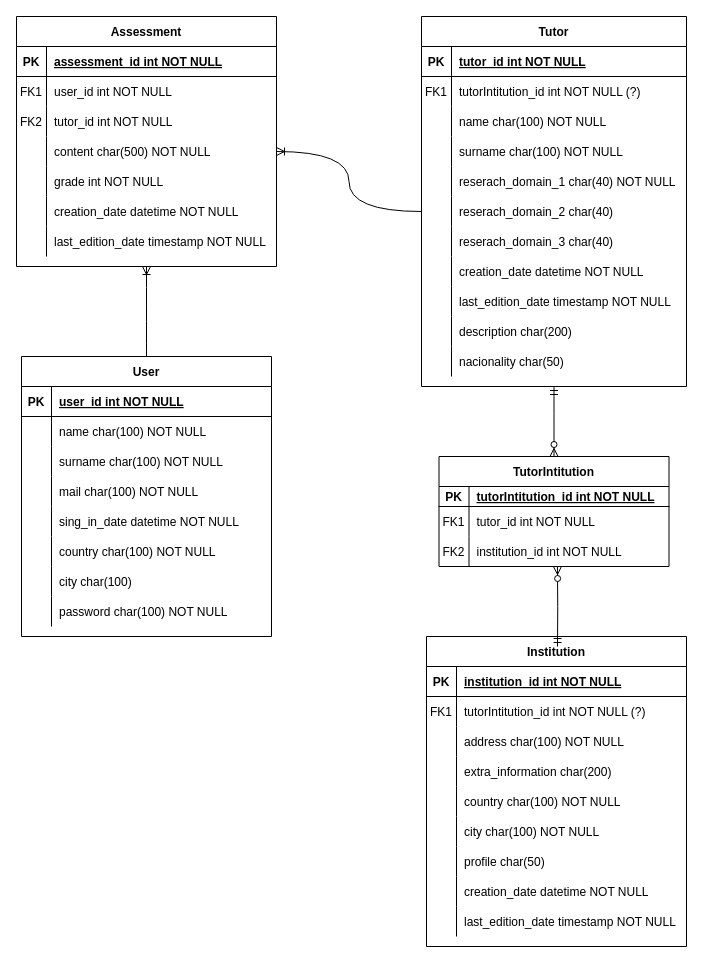
This is Untitled Diagram.drawio from KrzysiekJa/Teacher-competence-positioning-system, a draw.io file, before an edit. Source tidied: cells renumbered, new cells numbered last; positions are measured from the earlier drawing's top-left corner, leaving out a move shared by most shapes. Both pictures are drawn from the tidied source at 100%, with x=0, y=0 at pixel (16, 16).
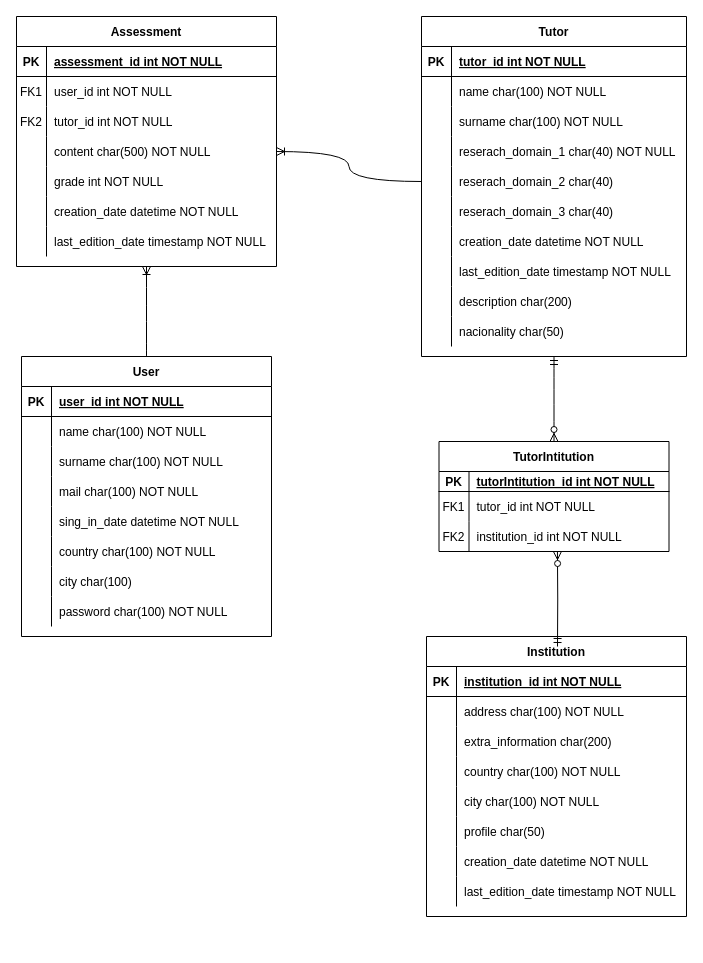
Above is the later version.

Commit message:
Deleted redundant keys in Untitled Diagram.drawio

Change to the diagram source:
```diff
@@
     <mxCell id="2" value="Tutor" style="shape=table;startSize=30;childLayout=tableLayout;rowLines=0;fontStyle=1;align=center;" parent="1" vertex="1">
-      <mxGeometry x="405" width="265" height="370" as="geometry" />
+      <mxGeometry x="405" width="265" height="340" as="geometry" />
     </mxCell>
@@
-    <mxCell id="6" style="shape=partialRectangle;fillColor=none;top=0;left=0;right=0;bottom=0;" parent="2" vertex="1">
-      <mxGeometry y="60" width="265" height="30" as="geometry" />
-    </mxCell>
-    <mxCell id="7" value="FK1" style="shape=partialRectangle;overflow=hidden;fillColor=none;top=0;left=0;bottom=0;right=0;" parent="6" vertex="1">
-      <mxGeometry width="30" height="30" as="geometry" />
-    </mxCell>
-    <mxCell id="8" value="tutorIntitution_id int NOT NULL (?)" style="shape=partialRectangle;overflow=hidden;fillColor=none;top=0;left=0;bottom=0;right=0;align=left;spacingLeft=6;" parent="6" vertex="1">
-      <mxGeometry x="30" width="235" height="30" as="geometry" />
-    </mxCell>
     <mxCell id="9" style="shape=partialRectangle;fillColor=none;top=0;left=0;right=0;bottom=0;" parent="2" vertex="1">
-      <mxGeometry y="90" width="265" height="30" as="geometry" />
+      <mxGeometry y="60" width="265" height="30" as="geometry" />
     </mxCell>
@@
     <mxCell id="12" style="shape=partialRectangle;fillColor=none;top=0;left=0;right=0;bottom=0;" parent="2" vertex="1">
-      <mxGeometry y="120" width="265" height="30" as="geometry" />
+      <mxGeometry y="90" width="265" height="30" as="geometry" />
     </mxCell>
@@
     <mxCell id="15" style="shape=partialRectangle;fillColor=none;top=0;left=0;right=0;bottom=0;" parent="2" vertex="1">
-      <mxGeometry y="150" width="265" height="30" as="geometry" />
+      <mxGeometry y="120" width="265" height="30" as="geometry" />
     </mxCell>
@@
     <mxCell id="18" style="shape=partialRectangle;fillColor=none;points=[[0,0.5],[1,0.5]];portConstraint=eastwest;top=0;left=0;right=0;bottom=0;" parent="2" vertex="1">
-      <mxGeometry y="180" width="265" height="30" as="geometry" />
+      <mxGeometry y="150" width="265" height="30" as="geometry" />
     </mxCell>
@@
     <mxCell id="21" style="shape=partialRectangle;fillColor=none;top=0;left=0;right=0;bottom=0;" parent="2" vertex="1">
-      <mxGeometry y="210" width="265" height="30" as="geometry" />
+      <mxGeometry y="180" width="265" height="30" as="geometry" />
     </mxCell>
@@
     <mxCell id="24" style="shape=partialRectangle;fillColor=none;top=0;left=0;right=0;bottom=0;" parent="2" vertex="1">
-      <mxGeometry y="240" width="265" height="30" as="geometry" />
+      <mxGeometry y="210" width="265" height="30" as="geometry" />
     </mxCell>
@@
     <mxCell id="27" style="shape=partialRectangle;fillColor=none;top=0;left=0;right=0;bottom=0;" parent="2" vertex="1">
-      <mxGeometry y="270" width="265" height="30" as="geometry" />
+      <mxGeometry y="240" width="265" height="30" as="geometry" />
     </mxCell>
@@
     <mxCell id="30" style="shape=partialRectangle;fillColor=none;top=0;left=0;right=0;bottom=0;" parent="2" vertex="1">
-      <mxGeometry y="300" width="265" height="30" as="geometry" />
+      <mxGeometry y="270" width="265" height="30" as="geometry" />
     </mxCell>
@@
     <mxCell id="33" style="shape=partialRectangle;fillColor=none;top=0;left=0;right=0;bottom=0;" parent="2" vertex="1">
-      <mxGeometry y="330" width="265" height="30" as="geometry" />
+      <mxGeometry y="300" width="265" height="30" as="geometry" />
     </mxCell>
@@
     <mxCell id="83" value="Institution" style="shape=table;startSize=30;childLayout=tableLayout;rowLines=0;fontStyle=1;align=center;" parent="1" vertex="1">
-      <mxGeometry x="410" y="620" width="260" height="310" as="geometry" />
+      <mxGeometry x="410" y="620" width="260" height="280" as="geometry" />
     </mxCell>
@@
-    <mxCell id="87" style="shape=tableRow;horizontal=0;startSize=0;swimlaneHead=0;swimlaneBody=0;fillColor=none;top=0;left=0;right=0;bottom=0;" parent="83" vertex="1">
-      <mxGeometry y="60" width="260" height="30" as="geometry" />
-    </mxCell>
-    <mxCell id="88" value="FK1" style="shape=partialRectangle;fillColor=none;top=0;left=0;bottom=0;right=0;overflow=hidden;" parent="87" vertex="1">
-      <mxGeometry width="30" height="30" as="geometry" />
-    </mxCell>
-    <mxCell id="89" value="tutorIntitution_id int NOT NULL (?)" style="shape=partialRectangle;fillColor=none;top=0;left=0;bottom=0;right=0;align=left;spacingLeft=6;overflow=hidden;" parent="87" vertex="1">
-      <mxGeometry x="30" width="230" height="30" as="geometry" />
-    </mxCell>
     <mxCell id="90" style="shape=tableRow;horizontal=0;startSize=0;swimlaneHead=0;swimlaneBody=0;fillColor=none;top=0;left=0;right=0;bottom=0;" parent="83" vertex="1">
-      <mxGeometry y="90" width="260" height="30" as="geometry" />
+      <mxGeometry y="60" width="260" height="30" as="geometry" />
     </mxCell>
@@
     <mxCell id="93" style="shape=tableRow;horizontal=0;startSize=0;swimlaneHead=0;swimlaneBody=0;fillColor=none;top=0;left=0;right=0;bottom=0;" parent="83" vertex="1">
-      <mxGeometry y="120" width="260" height="30" as="geometry" />
+      <mxGeometry y="90" width="260" height="30" as="geometry" />
     </mxCell>
@@
     <mxCell id="96" style="shape=tableRow;horizontal=0;startSize=0;swimlaneHead=0;swimlaneBody=0;fillColor=none;top=0;left=0;right=0;bottom=0;" parent="83" vertex="1">
-      <mxGeometry y="150" width="260" height="30" as="geometry" />
+      <mxGeometry y="120" width="260" height="30" as="geometry" />
     </mxCell>
@@
     <mxCell id="99" style="shape=tableRow;horizontal=0;startSize=0;swimlaneHead=0;swimlaneBody=0;fillColor=none;top=0;left=0;right=0;bottom=0;" parent="83" vertex="1">
-      <mxGeometry y="180" width="260" height="30" as="geometry" />
+      <mxGeometry y="150" width="260" height="30" as="geometry" />
     </mxCell>
@@
     <mxCell id="102" style="shape=tableRow;horizontal=0;startSize=0;swimlaneHead=0;swimlaneBody=0;fillColor=none;top=0;left=0;right=0;bottom=0;" parent="83" vertex="1">
-      <mxGeometry y="210" width="260" height="30" as="geometry" />
+      <mxGeometry y="180" width="260" height="30" as="geometry" />
     </mxCell>
@@
     <mxCell id="105" style="shape=tableRow;horizontal=0;startSize=0;swimlaneHead=0;swimlaneBody=0;fillColor=none;top=0;left=0;right=0;bottom=0;" parent="83" vertex="1">
-      <mxGeometry y="240" width="260" height="30" as="geometry" />
+      <mxGeometry y="210" width="260" height="30" as="geometry" />
     </mxCell>
@@
     <mxCell id="108" style="shape=tableRow;horizontal=0;startSize=0;swimlaneHead=0;swimlaneBody=0;fillColor=none;top=0;left=0;right=0;bottom=0;" parent="83" vertex="1">
-      <mxGeometry y="270" width="260" height="30" as="geometry" />
+      <mxGeometry y="240" width="260" height="30" as="geometry" />
     </mxCell>
@@
     <mxCell id="112" value="TutorIntitution" style="shape=table;startSize=30;childLayout=tableLayout;rowLines=0;fontStyle=1;align=center;" parent="1" vertex="1">
-      <mxGeometry x="422.5" y="440" width="230" height="110" as="geometry" />
+      <mxGeometry x="422.5" y="425" width="230" height="110" as="geometry" />
     </mxCell>
```
